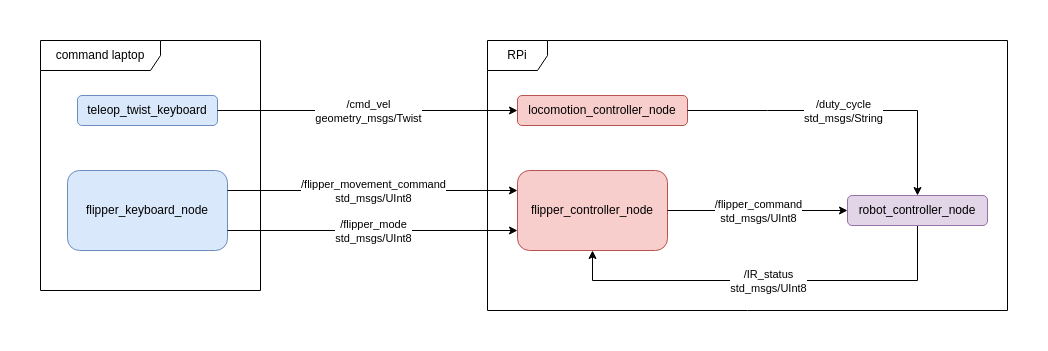
yueyuu/WOS-ROS-Skeleton-Code keeps this draw.io diagram as ros_node_diagram.png. Above is the earlier version. Source tidied: cells renumbered, new cells last; positions are measured from the earlier drawing's top-left corner, leaving out a move shared by most shapes.
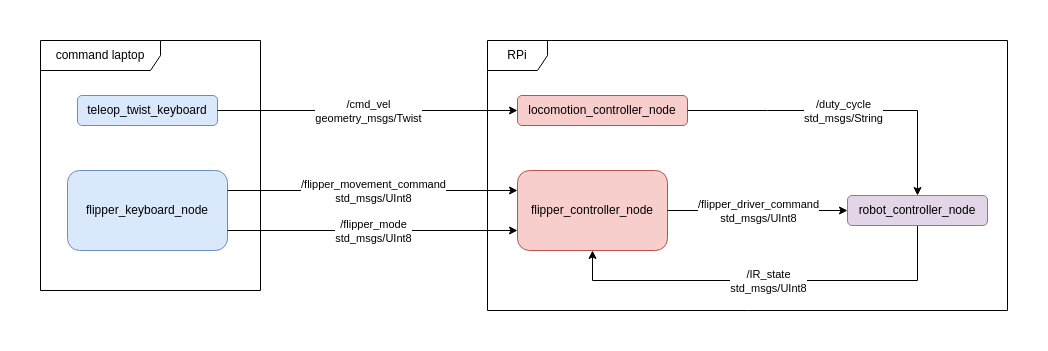
Later version of the same file.

The edit, as a diff of the source:
```diff
@@ -48,7 +48,7 @@
     <mxCell id="14" style="endArrow=classic;html=1;rounded=0;exitX=1;exitY=0.5;exitDx=0;exitDy=0;entryX=0;entryY=0.5;entryDx=0;entryDy=0;" parent="1" edge="1" source="10" target="20">
       <mxGeometry relative="1" as="geometry" />
     </mxCell>
-    <mxCell id="15" value="/flipper_command&lt;br&gt;std_msgs/UInt8" style="edgeLabel;html=1;align=center;verticalAlign=middle;" parent="14" vertex="1">
+    <mxCell id="15" value="/flipper_driver_command&lt;br&gt;std_msgs/UInt8" style="edgeLabel;html=1;align=center;verticalAlign=middle;" parent="14" vertex="1">
       <mxGeometry relative="1" as="geometry" />
     </mxCell>
     <mxCell id="16" style="endArrow=classic;html=1;rounded=0;entryX=0;entryY=0.75;entryDx=0;entryDy=0;exitX=1;exitY=0.75;exitDx=0;exitDy=0;" parent="1" edge="1" source="11" target="10">
@@ -65,7 +65,7 @@
         </Array>
       </mxGeometry>
     </mxCell>
-    <mxCell id="19" value="/IR_status&lt;br&gt;std_msgs/UInt8" style="edgeLabel;html=1;align=center;verticalAlign=middle;" parent="18" vertex="1">
+    <mxCell id="19" value="/IR_state&lt;br&gt;std_msgs/UInt8" style="edgeLabel;html=1;align=center;verticalAlign=middle;" parent="18" vertex="1">
       <mxGeometry relative="1" as="geometry" />
     </mxCell>
     <mxCell id="20" value="robot_controller_node" style="rounded=1;whiteSpace=wrap;html=1;fillColor=#e1d5e7;strokeColor=#9673a6;" parent="1" vertex="1">
```
